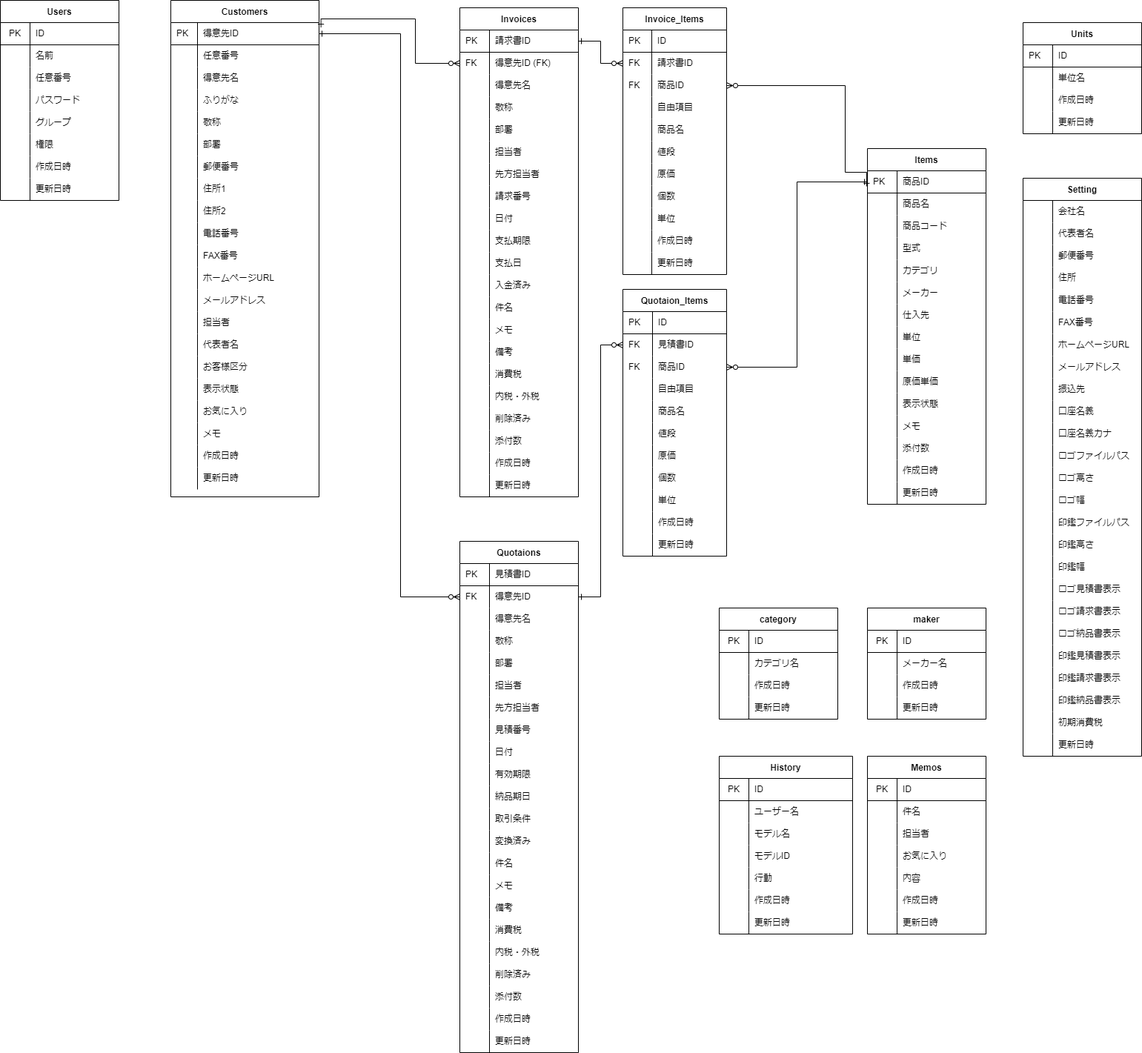
The draw.io diagram soho_er.png in gamasenninn/caddie-clone, before a commit. Source tidied: cells renumbered, new cells last; positions are measured from the earlier drawing's top-left corner, leaving out a move shared by most shapes.
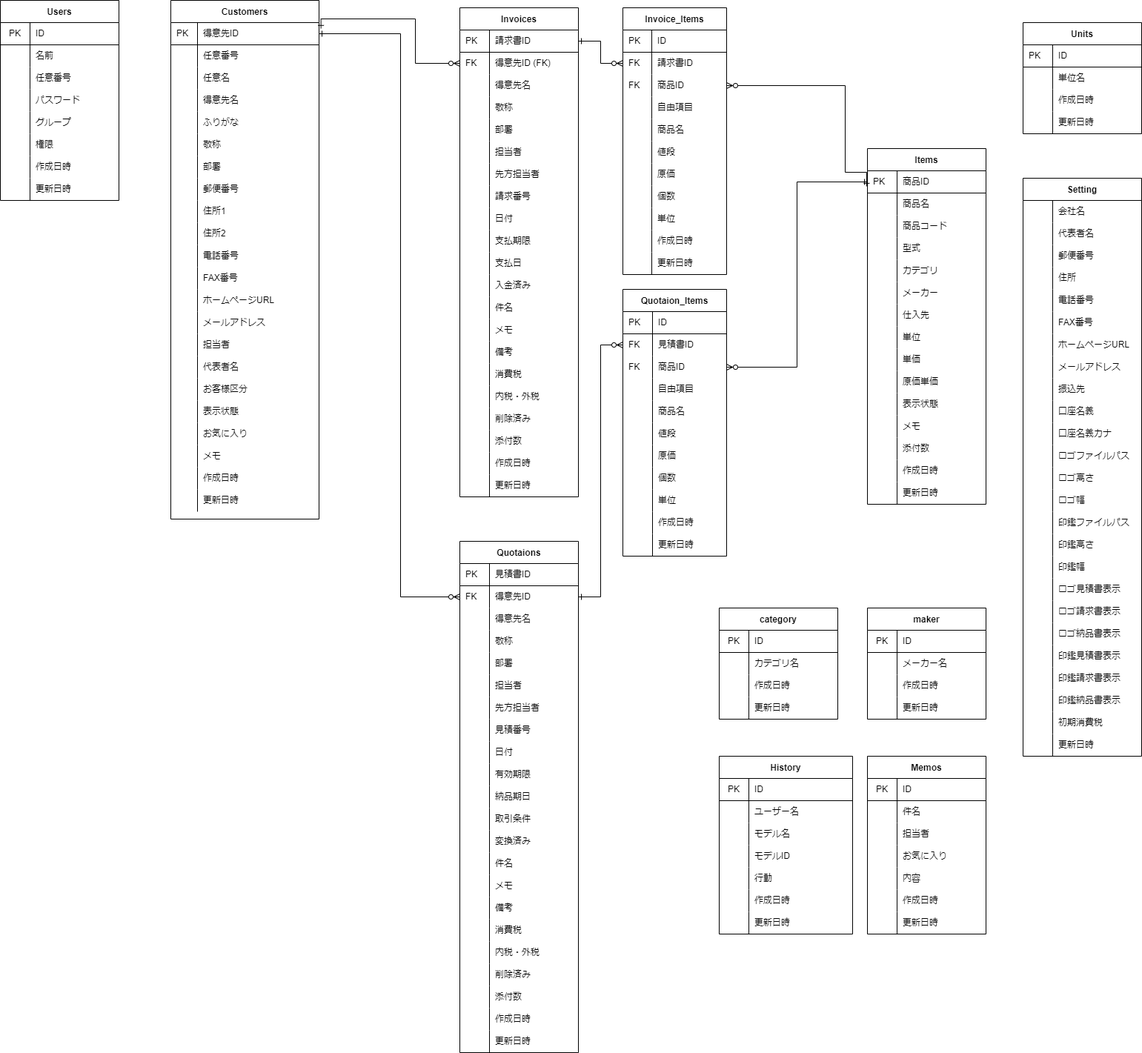
Above is the later version.

The edit, as a diff of the source:
```diff
@@ -3,7 +3,7 @@
     <mxCell id="0" />
     <mxCell id="1" parent="0" />
     <mxCell id="2" value="Customers" style="shape=table;startSize=30;rowLines=0;fontStyle=1;align=center;" parent="1" vertex="1">
-      <mxGeometry x="230" width="200" height="670" as="geometry" />
+      <mxGeometry x="230" width="200" height="700" as="geometry" />
     </mxCell>
     <mxCell id="3" style="shape=partialRectangle;html=1;whiteSpace=wrap;fillColor=none;top=0;left=0;bottom=1;right=0;points=[[0,0.5],[1,0.5]];portConstraint=eastwest;" parent="2" vertex="1">
       <mxGeometry y="30" width="200" height="30" as="geometry" />
@@ -23,8 +23,17 @@
     <mxCell id="8" value="任意番号" style="shape=partialRectangle;html=1;whiteSpace=wrap;fillColor=none;top=0;left=0;bottom=0;right=0;align=left;spacingLeft=6;overflow=hidden;" parent="6" vertex="1">
       <mxGeometry x="36" width="164" height="30" as="geometry" />
     </mxCell>
+    <mxCell id="501" style="shape=partialRectangle;html=1;whiteSpace=wrap;fillColor=none;top=0;left=0;bottom=0;right=0;" parent="2" vertex="1">
+      <mxGeometry y="90" width="200" height="30" as="geometry" />
+    </mxCell>
+    <mxCell id="502" style="shape=partialRectangle;html=1;whiteSpace=wrap;fillColor=none;top=0;left=0;bottom=0;right=0;align=left;spacingLeft=6;overflow=hidden;" parent="501" vertex="1">
+      <mxGeometry width="36" height="30" as="geometry" />
+    </mxCell>
+    <mxCell id="503" value="任意名" style="shape=partialRectangle;html=1;whiteSpace=wrap;fillColor=none;top=0;left=0;bottom=0;right=0;align=left;spacingLeft=6;overflow=hidden;" parent="501" vertex="1">
+      <mxGeometry x="36" width="164" height="30" as="geometry" />
+    </mxCell>
     <mxCell id="9" style="shape=partialRectangle;html=1;whiteSpace=wrap;fillColor=none;top=0;left=0;bottom=0;right=0;" parent="2" vertex="1">
-      <mxGeometry y="90" width="200" height="30" as="geometry" />
+      <mxGeometry y="120" width="200" height="30" as="geometry" />
     </mxCell>
     <mxCell id="10" style="shape=partialRectangle;html=1;whiteSpace=wrap;fillColor=none;top=0;left=0;bottom=0;right=0;align=left;spacingLeft=6;overflow=hidden;" parent="9" vertex="1">
       <mxGeometry width="36" height="30" as="geometry" />
@@ -33,7 +42,7 @@
       <mxGeometry x="36" width="164" height="30" as="geometry" />
     </mxCell>
     <mxCell id="12" style="shape=partialRectangle;html=1;whiteSpace=wrap;fillColor=none;top=0;left=0;bottom=0;right=0;" parent="2" vertex="1">
-      <mxGeometry y="120" width="200" height="30" as="geometry" />
+      <mxGeometry y="150" width="200" height="30" as="geometry" />
     </mxCell>
     <mxCell id="13" style="shape=partialRectangle;html=1;whiteSpace=wrap;fillColor=none;top=0;left=0;bottom=0;right=0;align=left;spacingLeft=6;overflow=hidden;" parent="12" vertex="1">
       <mxGeometry width="36" height="30" as="geometry" />
@@ -42,7 +51,7 @@
       <mxGeometry x="36" width="164" height="30" as="geometry" />
     </mxCell>
     <mxCell id="15" style="shape=partialRectangle;html=1;whiteSpace=wrap;fillColor=none;top=0;left=0;bottom=0;right=0;" parent="2" vertex="1">
-      <mxGeometry y="150" width="200" height="30" as="geometry" />
+      <mxGeometry y="180" width="200" height="30" as="geometry" />
     </mxCell>
     <mxCell id="16" style="shape=partialRectangle;html=1;whiteSpace=wrap;fillColor=none;top=0;left=0;bottom=0;right=0;align=left;spacingLeft=6;overflow=hidden;" parent="15" vertex="1">
       <mxGeometry width="36" height="30" as="geometry" />
@@ -51,7 +60,7 @@
       <mxGeometry x="36" width="164" height="30" as="geometry" />
     </mxCell>
     <mxCell id="18" style="shape=partialRectangle;html=1;whiteSpace=wrap;fillColor=none;top=0;left=0;bottom=0;right=0;" parent="2" vertex="1">
-      <mxGeometry y="180" width="200" height="30" as="geometry" />
+      <mxGeometry y="210" width="200" height="30" as="geometry" />
     </mxCell>
     <mxCell id="19" style="shape=partialRectangle;html=1;whiteSpace=wrap;fillColor=none;top=0;left=0;bottom=0;right=0;align=left;spacingLeft=6;overflow=hidden;" parent="18" vertex="1">
       <mxGeometry width="36" height="30" as="geometry" />
@@ -60,7 +69,7 @@
       <mxGeometry x="36" width="164" height="30" as="geometry" />
     </mxCell>
     <mxCell id="21" style="shape=partialRectangle;html=1;whiteSpace=wrap;fillColor=none;top=0;left=0;bottom=0;right=0;" parent="2" vertex="1">
-      <mxGeometry y="210" width="200" height="30" as="geometry" />
+      <mxGeometry y="240" width="200" height="30" as="geometry" />
     </mxCell>
     <mxCell id="22" style="shape=partialRectangle;html=1;whiteSpace=wrap;fillColor=none;top=0;left=0;bottom=0;right=0;align=left;spacingLeft=6;overflow=hidden;" parent="21" vertex="1">
       <mxGeometry width="36" height="30" as="geometry" />
@@ -69,7 +78,7 @@
       <mxGeometry x="36" width="164" height="30" as="geometry" />
     </mxCell>
     <mxCell id="24" style="shape=partialRectangle;html=1;whiteSpace=wrap;fillColor=none;top=0;left=0;bottom=0;right=0;" parent="2" vertex="1">
-      <mxGeometry y="240" width="200" height="30" as="geometry" />
+      <mxGeometry y="270" width="200" height="30" as="geometry" />
     </mxCell>
     <mxCell id="25" style="shape=partialRectangle;html=1;whiteSpace=wrap;fillColor=none;top=0;left=0;bottom=0;right=0;align=left;spacingLeft=6;overflow=hidden;" parent="24" vertex="1">
       <mxGeometry width="36" height="30" as="geometry" />
@@ -78,7 +87,7 @@
       <mxGeometry x="36" width="164" height="30" as="geometry" />
     </mxCell>
     <mxCell id="27" style="shape=partialRectangle;html=1;whiteSpace=wrap;fillColor=none;top=0;left=0;bottom=0;right=0;" parent="2" vertex="1">
-      <mxGeometry y="270" width="200" height="30" as="geometry" />
+      <mxGeometry y="300" width="200" height="30" as="geometry" />
     </mxCell>
     <mxCell id="28" style="shape=partialRectangle;html=1;whiteSpace=wrap;fillColor=none;top=0;left=0;bottom=0;right=0;align=left;spacingLeft=6;overflow=hidden;" parent="27" vertex="1">
       <mxGeometry width="36" height="30" as="geometry" />
@@ -87,7 +96,7 @@
       <mxGeometry x="36" width="164" height="30" as="geometry" />
     </mxCell>
     <mxCell id="30" style="shape=partialRectangle;html=1;whiteSpace=wrap;fillColor=none;top=0;left=0;bottom=0;right=0;" parent="2" vertex="1">
-      <mxGeometry y="300" width="200" height="30" as="geometry" />
+      <mxGeometry y="330" width="200" height="30" as="geometry" />
     </mxCell>
     <mxCell id="31" style="shape=partialRectangle;html=1;whiteSpace=wrap;fillColor=none;top=0;left=0;bottom=0;right=0;align=left;spacingLeft=6;overflow=hidden;" parent="30" vertex="1">
       <mxGeometry width="36" height="30" as="geometry" />
@@ -96,7 +105,7 @@
       <mxGeometry x="36" width="164" height="30" as="geometry" />
     </mxCell>
     <mxCell id="33" style="shape=partialRectangle;html=1;whiteSpace=wrap;fillColor=none;top=0;left=0;bottom=0;right=0;" parent="2" vertex="1">
-      <mxGeometry y="330" width="200" height="30" as="geometry" />
+      <mxGeometry y="360" width="200" height="30" as="geometry" />
     </mxCell>
     <mxCell id="34" style="shape=partialRectangle;html=1;whiteSpace=wrap;fillColor=none;top=0;left=0;bottom=0;right=0;align=left;spacingLeft=6;overflow=hidden;" parent="33" vertex="1">
       <mxGeometry width="36" height="30" as="geometry" />
@@ -105,7 +114,7 @@
       <mxGeometry x="36" width="164" height="30" as="geometry" />
     </mxCell>
     <mxCell id="36" style="shape=partialRectangle;html=1;whiteSpace=wrap;fillColor=none;top=0;left=0;bottom=0;right=0;" parent="2" vertex="1">
-      <mxGeometry y="360" width="200" height="30" as="geometry" />
+      <mxGeometry y="390" width="200" height="30" as="geometry" />
     </mxCell>
     <mxCell id="37" style="shape=partialRectangle;html=1;whiteSpace=wrap;fillColor=none;top=0;left=0;bottom=0;right=0;align=left;spacingLeft=6;overflow=hidden;" parent="36" vertex="1">
       <mxGeometry width="36" height="30" as="geometry" />
@@ -114,7 +123,7 @@
       <mxGeometry x="36" width="164" height="30" as="geometry" />
     </mxCell>
     <mxCell id="39" style="shape=partialRectangle;html=1;whiteSpace=wrap;fillColor=none;top=0;left=0;bottom=0;right=0;" parent="2" vertex="1">
-      <mxGeometry y="390" width="200" height="30" as="geometry" />
+      <mxGeometry y="420" width="200" height="30" as="geometry" />
     </mxCell>
     <mxCell id="40" style="shape=partialRectangle;html=1;whiteSpace=wrap;fillColor=none;top=0;left=0;bottom=0;right=0;align=left;spacingLeft=6;overflow=hidden;" parent="39" vertex="1">
       <mxGeometry width="36" height="30" as="geometry" />
@@ -123,7 +132,7 @@
       <mxGeometry x="36" width="164" height="30" as="geometry" />
     </mxCell>
     <mxCell id="42" style="shape=partialRectangle;html=1;whiteSpace=wrap;fillColor=none;top=0;left=0;bottom=0;right=0;" parent="2" vertex="1">
-      <mxGeometry y="420" width="200" height="30" as="geometry" />
+      <mxGeometry y="450" width="200" height="30" as="geometry" />
     </mxCell>
     <mxCell id="43" style="shape=partialRectangle;html=1;whiteSpace=wrap;fillColor=none;top=0;left=0;bottom=0;right=0;align=left;spacingLeft=6;overflow=hidden;" parent="42" vertex="1">
       <mxGeometry width="36" height="30" as="geometry" />
@@ -132,7 +141,7 @@
       <mxGeometry x="36" width="164" height="30" as="geometry" />
     </mxCell>
     <mxCell id="45" style="shape=partialRectangle;html=1;whiteSpace=wrap;fillColor=none;top=0;left=0;bottom=0;right=0;" parent="2" vertex="1">
-      <mxGeometry y="450" width="200" height="30" as="geometry" />
+      <mxGeometry y="480" width="200" height="30" as="geometry" />
     </mxCell>
     <mxCell id="46" style="shape=partialRectangle;html=1;whiteSpace=wrap;fillColor=none;top=0;left=0;bottom=0;right=0;align=left;spacingLeft=6;overflow=hidden;" parent="45" vertex="1">
       <mxGeometry width="36" height="30" as="geometry" />
@@ -141,7 +150,7 @@
       <mxGeometry x="36" width="164" height="30" as="geometry" />
     </mxCell>
     <mxCell id="48" style="shape=partialRectangle;html=1;whiteSpace=wrap;fillColor=none;top=0;left=0;bottom=0;right=0;" parent="2" vertex="1">
-      <mxGeometry y="480" width="200" height="30" as="geometry" />
+      <mxGeometry y="510" width="200" height="30" as="geometry" />
     </mxCell>
     <mxCell id="49" style="shape=partialRectangle;html=1;whiteSpace=wrap;fillColor=none;top=0;left=0;bottom=0;right=0;align=left;spacingLeft=6;overflow=hidden;" parent="48" vertex="1">
       <mxGeometry width="36" height="30" as="geometry" />
@@ -150,7 +159,7 @@
       <mxGeometry x="36" width="164" height="30" as="geometry" />
     </mxCell>
     <mxCell id="51" style="shape=partialRectangle;html=1;whiteSpace=wrap;fillColor=none;top=0;left=0;bottom=0;right=0;" parent="2" vertex="1">
-      <mxGeometry y="510" width="200" height="30" as="geometry" />
+      <mxGeometry y="540" width="200" height="30" as="geometry" />
     </mxCell>
     <mxCell id="52" style="shape=partialRectangle;html=1;whiteSpace=wrap;fillColor=none;top=0;left=0;bottom=0;right=0;align=left;spacingLeft=6;overflow=hidden;" parent="51" vertex="1">
       <mxGeometry width="36" height="30" as="geometry" />
@@ -159,7 +168,7 @@
       <mxGeometry x="36" width="164" height="30" as="geometry" />
     </mxCell>
     <mxCell id="54" style="shape=partialRectangle;html=1;whiteSpace=wrap;fillColor=none;top=0;left=0;bottom=0;right=0;" parent="2" vertex="1">
-      <mxGeometry y="540" width="200" height="30" as="geometry" />
+      <mxGeometry y="570" width="200" height="30" as="geometry" />
     </mxCell>
     <mxCell id="55" style="shape=partialRectangle;html=1;whiteSpace=wrap;fillColor=none;top=0;left=0;bottom=0;right=0;align=left;spacingLeft=6;overflow=hidden;" parent="54" vertex="1">
       <mxGeometry width="36" height="30" as="geometry" />
@@ -168,7 +177,7 @@
       <mxGeometry x="36" width="164" height="30" as="geometry" />
     </mxCell>
     <mxCell id="57" style="shape=partialRectangle;html=1;whiteSpace=wrap;fillColor=none;top=0;left=0;bottom=0;right=0;" parent="2" vertex="1">
-      <mxGeometry y="570" width="200" height="30" as="geometry" />
+      <mxGeometry y="600" width="200" height="30" as="geometry" />
     </mxCell>
     <mxCell id="58" style="shape=partialRectangle;html=1;whiteSpace=wrap;fillColor=none;top=0;left=0;bottom=0;right=0;align=left;spacingLeft=6;overflow=hidden;" parent="57" vertex="1">
       <mxGeometry width="36" height="30" as="geometry" />
@@ -177,7 +186,7 @@
       <mxGeometry x="36" width="164" height="30" as="geometry" />
     </mxCell>
     <mxCell id="60" style="shape=partialRectangle;html=1;whiteSpace=wrap;fillColor=none;top=0;left=0;bottom=0;right=0;" parent="2" vertex="1">
-      <mxGeometry y="600" width="200" height="30" as="geometry" />
+      <mxGeometry y="630" width="200" height="30" as="geometry" />
     </mxCell>
     <mxCell id="61" style="shape=partialRectangle;html=1;whiteSpace=wrap;fillColor=none;top=0;left=0;bottom=0;right=0;align=left;spacingLeft=6;overflow=hidden;" parent="60" vertex="1">
       <mxGeometry width="36" height="30" as="geometry" />
@@ -186,7 +195,7 @@
       <mxGeometry x="36" width="164" height="30" as="geometry" />
     </mxCell>
     <mxCell id="63" style="shape=partialRectangle;html=1;whiteSpace=wrap;fillColor=none;top=0;left=0;bottom=0;right=0;" parent="2" vertex="1">
-      <mxGeometry y="630" width="200" height="30" as="geometry" />
+      <mxGeometry y="660" width="200" height="30" as="geometry" />
     </mxCell>
     <mxCell id="64" style="shape=partialRectangle;html=1;whiteSpace=wrap;fillColor=none;top=0;left=0;bottom=0;right=0;align=left;spacingLeft=6;overflow=hidden;" parent="63" vertex="1">
       <mxGeometry width="36" height="30" as="geometry" />
```
